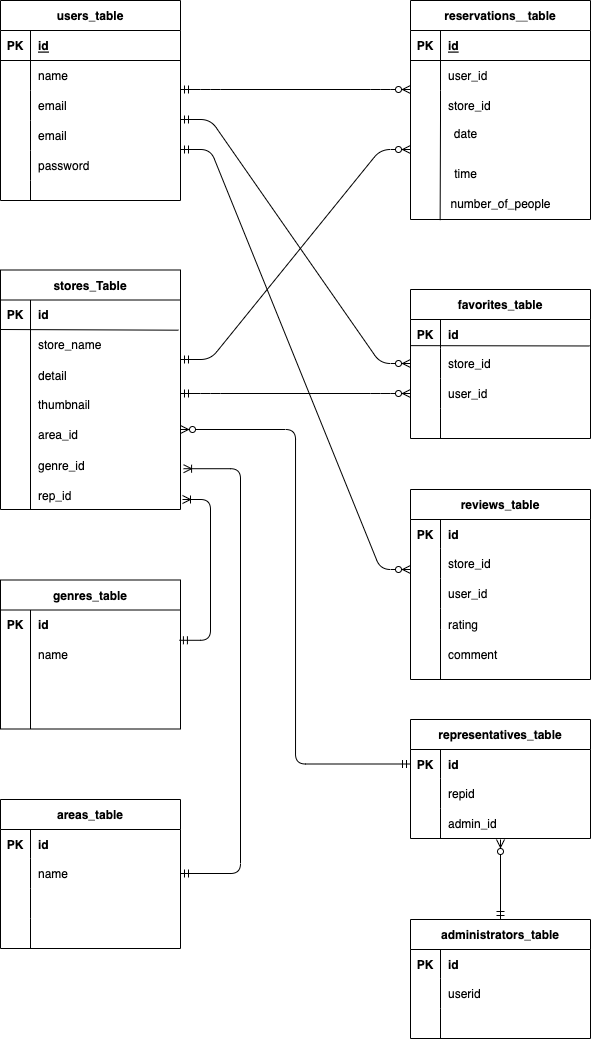
This is index.drawio.png from hamakei0089/advanced-case, a draw.io export, as it was before one commit. Source tidied: cells renumbered, new cells last; positions are measured from the earlier drawing's top-left corner, leaving out a move shared by most shapes.
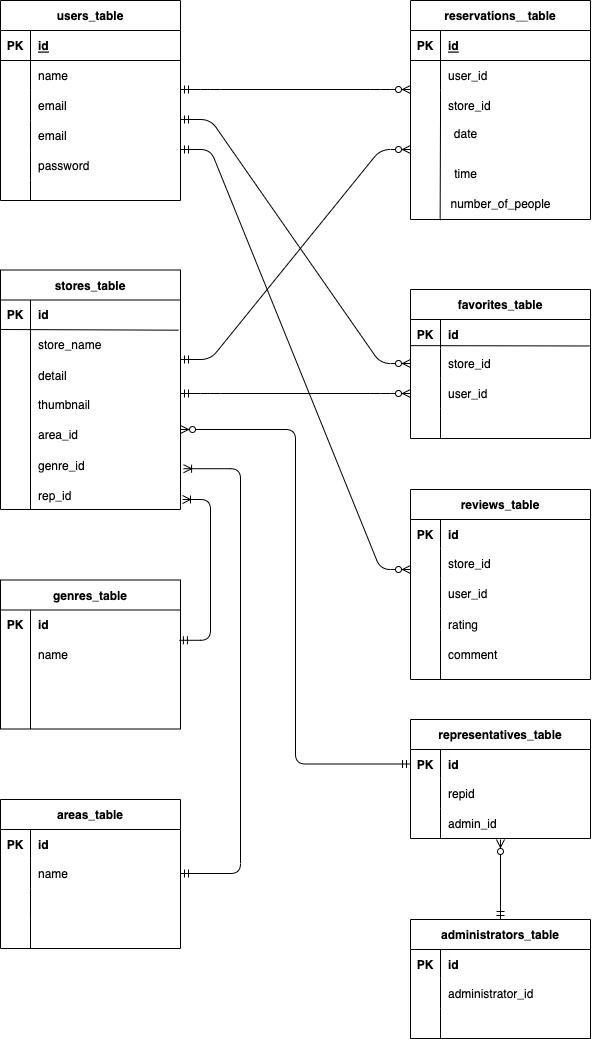
Later version of the same file.

Diff of the diagram source:
```diff
@@ -59,7 +59,7 @@
     <mxCell id="20" style="shape=partialRectangle;fillColor=none;top=0;left=0;bottom=0;right=0;align=left;spacingLeft=6;overflow=hidden;" parent="18" vertex="1">
       <mxGeometry x="30" width="150" height="20" as="geometry" />
     </mxCell>
-    <mxCell id="21" value="stores_Table" style="shape=table;startSize=30;rowLines=0;fontStyle=1;align=center;" parent="1" vertex="1">
+    <mxCell id="21" value="stores_table" style="shape=table;startSize=30;rowLines=0;fontStyle=1;align=center;" parent="1" vertex="1">
       <mxGeometry y="269.5" width="180" height="239.5" as="geometry" />
     </mxCell>
     <mxCell id="22" style="shape=tableRow;horizontal=0;startSize=0;swimlaneHead=0;swimlaneBody=0;fillColor=none;top=0;left=0;right=0;bottom=1;strokeColor=none;" parent="21" vertex="1">
@@ -357,7 +357,7 @@
     <mxCell id="116" style="shape=partialRectangle;fillColor=none;top=0;left=0;bottom=0;right=0;overflow=hidden;" parent="115" vertex="1">
       <mxGeometry width="30" height="30" as="geometry" />
     </mxCell>
-    <mxCell id="117" value="userid" style="shape=partialRectangle;fillColor=none;top=0;left=0;bottom=0;right=0;align=left;spacingLeft=6;overflow=hidden;" parent="115" vertex="1">
+    <mxCell id="117" value="administrator_id" style="shape=partialRectangle;fillColor=none;top=0;left=0;bottom=0;right=0;align=left;spacingLeft=6;overflow=hidden;" parent="115" vertex="1">
       <mxGeometry x="30" width="150" height="30" as="geometry" />
     </mxCell>
     <mxCell id="118" style="shape=tableRow;horizontal=0;startSize=0;swimlaneHead=0;swimlaneBody=0;fillColor=none;top=0;left=0;right=0;bottom=0;" parent="111" vertex="1">
```
